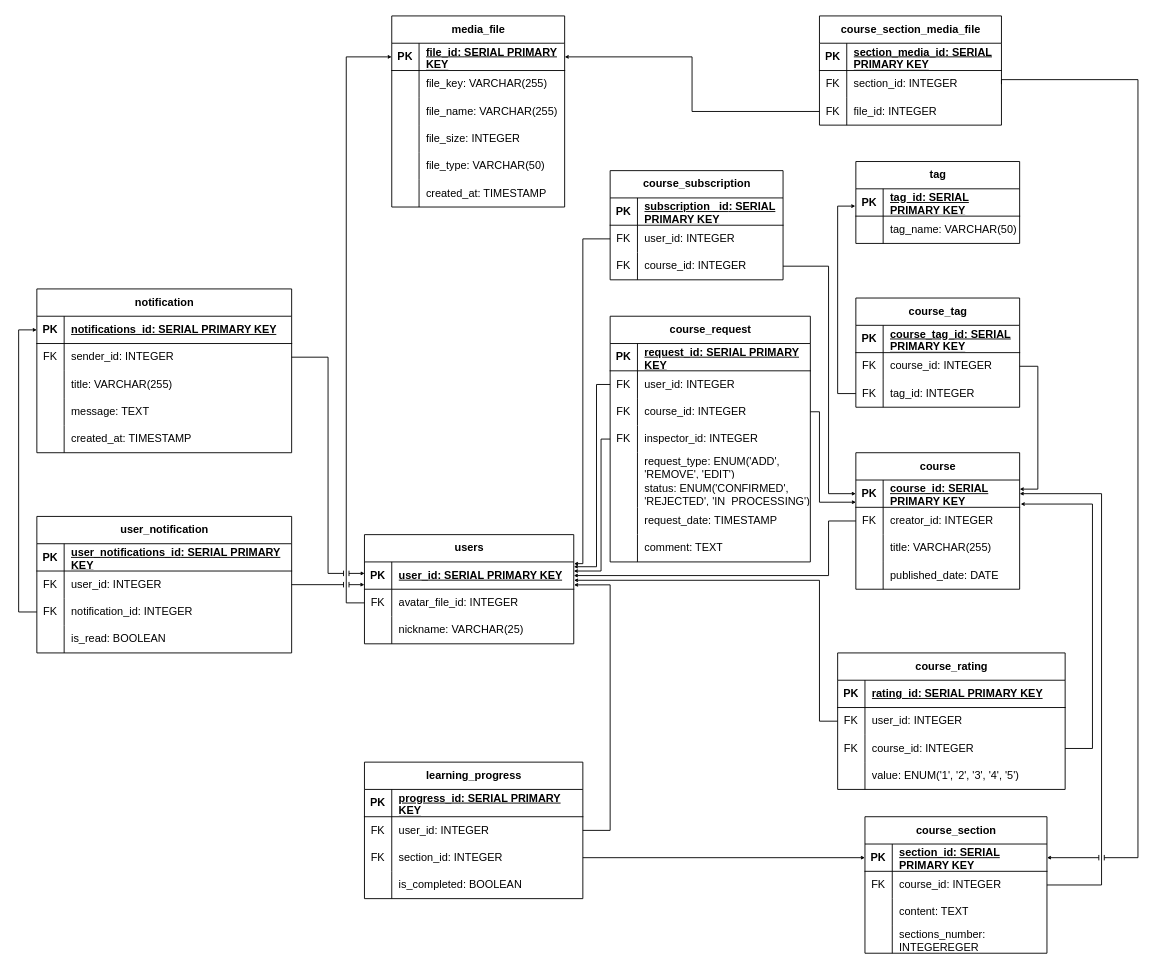
This is diagrams/Физическая модель базы данных (Physical database model)/Физическая модель БД.drawio from sahland/9.5-Team, a draw.io file, before an edit. Source tidied: cells renumbered, new cells numbered last; positions are measured from the earlier drawing's top-left corner, leaving out a move shared by most shapes. Both pictures are drawn from the tidied source at 91%, with x=0, y=0 at pixel (36, 15).
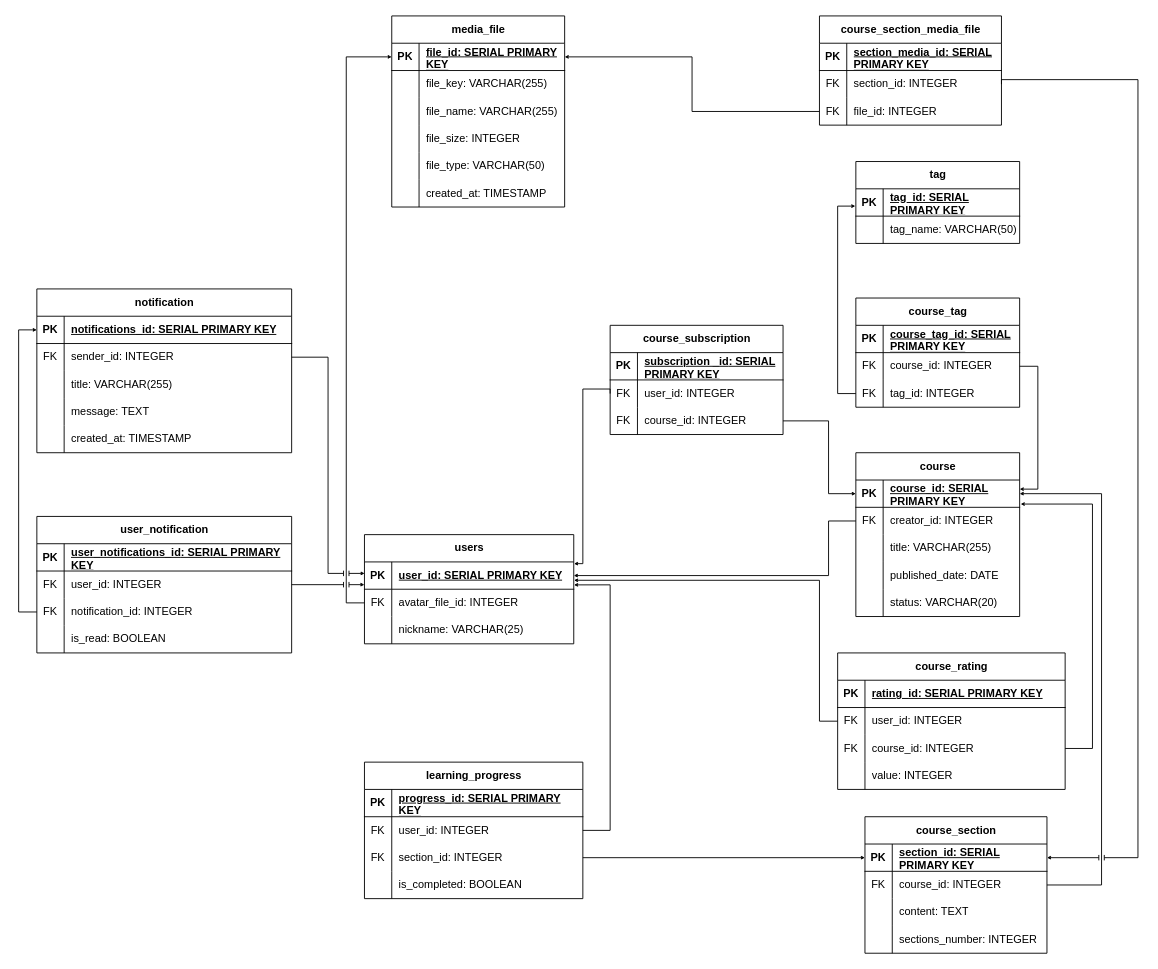
The same page after the edit.

The change refers to these unchanged cells:
```xml
<mxCell id="3" style="shape=tableRow;horizontal=0;startSize=0;swimlaneHead=0;swimlaneBody=0;fillColor=none;points=[[0,0.5],[1,0.5]];portConstraint=eastwest;top=0;left=0;right=0;bottom=1;" parent="2" vertex="1">
  <mxGeometry y="30" width="230" height="30" as="geometry" />
</mxCell>
<mxCell id="13" style="shape=tableRow;horizontal=0;startSize=0;swimlaneHead=0;swimlaneBody=0;fillColor=none;points=[[0,0.5],[1,0.5]];portConstraint=eastwest;top=0;left=0;right=0;bottom=1;" parent="12" vertex="1">
  <mxGeometry y="30" width="180" height="30" as="geometry" />
</mxCell>
<mxCell id="35" style="shape=tableRow;horizontal=0;startSize=0;swimlaneHead=0;swimlaneBody=0;fillColor=none;top=0;left=0;right=0;bottom=0;" parent="25" vertex="1">
  <mxGeometry y="120" width="200" height="30" as="geometry" />
</mxCell>
<mxCell id="48" style="shape=tableRow;horizontal=0;startSize=0;swimlaneHead=0;swimlaneBody=0;fillColor=none;top=0;left=0;right=0;bottom=0;" parent="38" vertex="1">
  <mxGeometry y="120" width="250" height="30" as="geometry" />
</mxCell>
<mxCell id="55" style="shape=tableRow;horizontal=0;startSize=0;swimlaneHead=0;swimlaneBody=0;fillColor=none;points=[[0,0.5],[1,0.5]];portConstraint=eastwest;top=0;left=0;right=0;bottom=0;" parent="51" vertex="1">
  <mxGeometry y="60" width="190" height="30" as="geometry" />
</mxCell>
<mxCell id="58" style="shape=tableRow;horizontal=0;startSize=0;swimlaneHead=0;swimlaneBody=0;fillColor=none;points=[[0,0.5],[1,0.5]];portConstraint=eastwest;top=0;left=0;right=0;bottom=0;" parent="51" vertex="1">
  <mxGeometry y="90" width="190" height="30" as="geometry" />
</mxCell>
```

The edit, as a diff of the source:
```diff
@@
     <mxCell id="12" value="course" style="shape=table;startSize=30;childLayout=tableLayout;rowLines=0;fontStyle=1;align=center;html=1;" parent="1" vertex="1">
-      <mxGeometry x="900" y="480" width="180" height="150" as="geometry" />
+      <mxGeometry x="900" y="480" width="180" height="180" as="geometry" />
     </mxCell>
@@
+    <mxCell id="193" style="shape=tableRow;horizontal=0;startSize=0;swimlaneHead=0;swimlaneBody=0;fillColor=none;top=0;left=0;right=0;bottom=0;" parent="12" vertex="1">
+      <mxGeometry y="150" width="180" height="30" as="geometry" />
+    </mxCell>
+    <mxCell id="194" style="shape=partialRectangle;fillColor=none;top=0;left=0;bottom=0;right=0;overflow=hidden;whiteSpace=wrap;html=1;" parent="193" vertex="1">
+      <mxGeometry width="30" height="30" as="geometry" />
+    </mxCell>
+    <mxCell id="195" value="status: VARCHAR(20)&lt;span style=&quot;white-space: pre;&quot;&gt;&#9;&lt;/span&gt;" style="shape=partialRectangle;fillColor=none;top=0;left=0;bottom=0;right=0;align=left;spacingLeft=6;overflow=hidden;whiteSpace=wrap;html=1;" parent="193" vertex="1">
+      <mxGeometry x="30" width="150" height="30" as="geometry" />
+    </mxCell>
@@
-    <mxCell id="37" value="sections_number: INTEGEREGER" style="shape=partialRectangle;fillColor=none;top=0;left=0;bottom=0;right=0;align=left;spacingLeft=6;overflow=hidden;whiteSpace=wrap;html=1;" parent="35" vertex="1">
+    <mxCell id="37" value="sections_number: INTEGER" style="shape=partialRectangle;fillColor=none;top=0;left=0;bottom=0;right=0;align=left;spacingLeft=6;overflow=hidden;whiteSpace=wrap;html=1;" parent="35" vertex="1">
       <mxGeometry x="30" width="170" height="30" as="geometry" />
     </mxCell>
@@
-    <mxCell id="50" value="value:&amp;nbsp;ENUM('1', '2', '3', '4', '5')" style="shape=partialRectangle;fillColor=none;top=0;left=0;bottom=0;right=0;align=left;spacingLeft=6;overflow=hidden;whiteSpace=wrap;html=1;" parent="48" vertex="1">
+    <mxCell id="50" value="value:&amp;nbsp;INTEGER" style="shape=partialRectangle;fillColor=none;top=0;left=0;bottom=0;right=0;align=left;spacingLeft=6;overflow=hidden;whiteSpace=wrap;html=1;" parent="48" vertex="1">
       <mxGeometry x="30" width="220" height="30" as="geometry" />
     </mxCell>
     <mxCell id="51" value="course_subscription" style="shape=table;startSize=30;childLayout=tableLayout;rowLines=0;fontStyle=1;align=center;html=1;" parent="1" vertex="1">
-      <mxGeometry x="630" y="170" width="190" height="120" as="geometry" />
+      <mxGeometry x="630" y="340" width="190" height="120" as="geometry" />
     </mxCell>
@@
-    <mxCell id="74" value="course_request" style="shape=table;startSize=30;childLayout=tableLayout;rowLines=0;fontStyle=1;align=center;html=1;" parent="1" vertex="1">
-      <mxGeometry x="630" y="330" width="220" height="270" as="geometry" />
-    </mxCell>
-    <mxCell id="75" style="shape=tableRow;horizontal=0;startSize=0;swimlaneHead=0;swimlaneBody=0;fillColor=none;top=0;left=0;right=0;bottom=1;" parent="74" vertex="1">
-      <mxGeometry y="30" width="220" height="30" as="geometry" />
-    </mxCell>
-    <mxCell id="76" value="PK" style="shape=partialRectangle;fillColor=none;top=0;left=0;bottom=0;right=0;fontStyle=1;overflow=hidden;whiteSpace=wrap;html=1;" parent="75" vertex="1">
-      <mxGeometry width="30" height="30" as="geometry" />
-    </mxCell>
-    <mxCell id="77" value="request_id:&amp;nbsp;SERIAL PRIMARY KEY" style="shape=partialRectangle;fillColor=none;top=0;left=0;bottom=0;right=0;align=left;spacingLeft=6;fontStyle=5;overflow=hidden;whiteSpace=wrap;html=1;" parent="75" vertex="1">
-      <mxGeometry x="30" width="190" height="30" as="geometry" />
-    </mxCell>
-    <mxCell id="78" style="shape=tableRow;horizontal=0;startSize=0;swimlaneHead=0;swimlaneBody=0;fillColor=none;points=[[0,0.5],[1,0.5]];portConstraint=eastwest;top=0;left=0;right=0;bottom=0;" parent="74" vertex="1">
-      <mxGeometry y="60" width="220" height="30" as="geometry" />
-    </mxCell>
-    <mxCell id="79" value="FK" style="shape=partialRectangle;fillColor=none;top=0;left=0;bottom=0;right=0;overflow=hidden;whiteSpace=wrap;html=1;" parent="78" vertex="1">
-      <mxGeometry width="30" height="30" as="geometry" />
-    </mxCell>
-    <mxCell id="80" value="user_id: INTEGER" style="shape=partialRectangle;fillColor=none;top=0;left=0;bottom=0;right=0;align=left;spacingLeft=6;overflow=hidden;whiteSpace=wrap;html=1;" parent="78" vertex="1">
-      <mxGeometry x="30" width="190" height="30" as="geometry" />
-    </mxCell>
-    <mxCell id="81" style="shape=tableRow;horizontal=0;startSize=0;swimlaneHead=0;swimlaneBody=0;fillColor=none;points=[[0,0.5],[1,0.5]];portConstraint=eastwest;top=0;left=0;right=0;bottom=0;" parent="74" vertex="1">
-      <mxGeometry y="90" width="220" height="30" as="geometry" />
-    </mxCell>
-    <mxCell id="82" value="FK" style="shape=partialRectangle;fillColor=none;top=0;left=0;bottom=0;right=0;overflow=hidden;whiteSpace=wrap;html=1;" parent="81" vertex="1">
-      <mxGeometry width="30" height="30" as="geometry" />
-    </mxCell>
-    <mxCell id="83" value="course_id: INTEGER" style="shape=partialRectangle;fillColor=none;top=0;left=0;bottom=0;right=0;align=left;spacingLeft=6;overflow=hidden;whiteSpace=wrap;html=1;" parent="81" vertex="1">
-      <mxGeometry x="30" width="190" height="30" as="geometry" />
-    </mxCell>
-    <mxCell id="84" style="shape=tableRow;horizontal=0;startSize=0;swimlaneHead=0;swimlaneBody=0;fillColor=none;points=[[0,0.5],[1,0.5]];portConstraint=eastwest;top=0;left=0;right=0;bottom=0;" parent="74" vertex="1">
-      <mxGeometry y="120" width="220" height="30" as="geometry" />
-    </mxCell>
-    <mxCell id="85" value="FK" style="shape=partialRectangle;fillColor=none;top=0;left=0;bottom=0;right=0;overflow=hidden;whiteSpace=wrap;html=1;" parent="84" vertex="1">
-      <mxGeometry width="30" height="30" as="geometry" />
-    </mxCell>
-    <mxCell id="86" value="inspector_id: INTEGER" style="shape=partialRectangle;fillColor=none;top=0;left=0;bottom=0;right=0;align=left;spacingLeft=6;overflow=hidden;whiteSpace=wrap;html=1;" parent="84" vertex="1">
-      <mxGeometry x="30" width="190" height="30" as="geometry" />
-    </mxCell>
-    <mxCell id="87" style="shape=tableRow;horizontal=0;startSize=0;swimlaneHead=0;swimlaneBody=0;fillColor=none;top=0;left=0;right=0;bottom=0;" parent="74" vertex="1">
-      <mxGeometry y="150" width="220" height="30" as="geometry" />
-    </mxCell>
-    <mxCell id="88" style="shape=partialRectangle;fillColor=none;top=0;left=0;bottom=0;right=0;overflow=hidden;whiteSpace=wrap;html=1;" parent="87" vertex="1">
-      <mxGeometry width="30" height="30" as="geometry" />
-    </mxCell>
-    <mxCell id="89" value="request_type: ENUM('ADD', 'REMOVE', 'EDIT')" style="shape=partialRectangle;fillColor=none;top=0;left=0;bottom=0;right=0;align=left;spacingLeft=6;overflow=hidden;whiteSpace=wrap;html=1;" parent="87" vertex="1">
-      <mxGeometry x="30" width="190" height="30" as="geometry" />
-    </mxCell>
-    <mxCell id="90" style="shape=tableRow;horizontal=0;startSize=0;swimlaneHead=0;swimlaneBody=0;fillColor=none;top=0;left=0;right=0;bottom=0;" parent="74" vertex="1">
-      <mxGeometry y="180" width="220" height="30" as="geometry" />
-    </mxCell>
-    <mxCell id="91" style="shape=partialRectangle;fillColor=none;top=0;left=0;bottom=0;right=0;overflow=hidden;whiteSpace=wrap;html=1;" parent="90" vertex="1">
-      <mxGeometry width="30" height="30" as="geometry" />
-    </mxCell>
-    <mxCell id="92" value="status: ENUM('CONFIRMED', 'REJECTED', 'IN_PROCESSING')" style="shape=partialRectangle;fillColor=none;top=0;left=0;bottom=0;right=0;align=left;spacingLeft=6;overflow=hidden;whiteSpace=wrap;html=1;" parent="90" vertex="1">
-      <mxGeometry x="30" width="190" height="30" as="geometry" />
-    </mxCell>
-    <mxCell id="93" style="shape=tableRow;horizontal=0;startSize=0;swimlaneHead=0;swimlaneBody=0;fillColor=none;top=0;left=0;right=0;bottom=0;" parent="74" vertex="1">
-      <mxGeometry y="210" width="220" height="30" as="geometry" />
-    </mxCell>
-    <mxCell id="94" style="shape=partialRectangle;fillColor=none;top=0;left=0;bottom=0;right=0;overflow=hidden;whiteSpace=wrap;html=1;" parent="93" vertex="1">
-      <mxGeometry width="30" height="30" as="geometry" />
-    </mxCell>
-    <mxCell id="95" value="request_date:&amp;nbsp;TIMESTAMP" style="shape=partialRectangle;fillColor=none;top=0;left=0;bottom=0;right=0;align=left;spacingLeft=6;overflow=hidden;whiteSpace=wrap;html=1;" parent="93" vertex="1">
-      <mxGeometry x="30" width="190" height="30" as="geometry" />
-    </mxCell>
-    <mxCell id="96" style="shape=tableRow;horizontal=0;startSize=0;swimlaneHead=0;swimlaneBody=0;fillColor=none;top=0;left=0;right=0;bottom=0;" parent="74" vertex="1">
-      <mxGeometry y="240" width="220" height="30" as="geometry" />
-    </mxCell>
-    <mxCell id="97" style="shape=partialRectangle;fillColor=none;top=0;left=0;bottom=0;right=0;overflow=hidden;whiteSpace=wrap;html=1;" parent="96" vertex="1">
-      <mxGeometry width="30" height="30" as="geometry" />
-    </mxCell>
-    <mxCell id="98" value="comment: TEXT" style="shape=partialRectangle;fillColor=none;top=0;left=0;bottom=0;right=0;align=left;spacingLeft=6;overflow=hidden;whiteSpace=wrap;html=1;" parent="96" vertex="1">
-      <mxGeometry x="30" width="190" height="30" as="geometry" />
-    </mxCell>
@@
-    <mxCell id="100" style="edgeStyle=orthogonalEdgeStyle;rounded=0;jettySize=auto;html=1;entryX=1.001;entryY=0.064;entryDx=0;entryDy=0;entryPerimeter=0;strokeWidth=1;endSize=2;" parent="1" edge="1" source="55" target="3">
+    <mxCell id="100" style="edgeStyle=orthogonalEdgeStyle;rounded=0;jettySize=auto;html=1;entryX=1.001;entryY=0.064;entryDx=0;entryDy=0;entryPerimeter=0;strokeWidth=1;endSize=2;exitX=0;exitY=0.5;exitDx=0;exitDy=0;" parent="1" edge="1" source="55" target="3">
       <mxGeometry relative="1" as="geometry">
         <Array as="points">
-          <mxPoint x="600" y="245" />
+          <mxPoint x="630" y="410" />
+          <mxPoint x="600" y="410" />
           <mxPoint x="600" y="602" />
-          <mxPoint x="590" y="602" />
         </Array>
       </mxGeometry>
     </mxCell>
-    <mxCell id="101" style="edgeStyle=orthogonalEdgeStyle;rounded=0;jettySize=auto;html=1;entryX=0;entryY=0.5;entryDx=0;entryDy=0;endSize=2;" parent="1" edge="1" source="58" target="13">
+    <mxCell id="101" style="edgeStyle=orthogonalEdgeStyle;rounded=0;jettySize=auto;html=1;entryX=0;entryY=0.5;entryDx=0;entryDy=0;endSize=2;exitX=1;exitY=0.5;exitDx=0;exitDy=0;" parent="1" edge="1" source="58" target="13">
       <mxGeometry relative="1" as="geometry">
         <Array as="points">
-          <mxPoint x="870" y="275" />
+          <mxPoint x="870" y="445" />
           <mxPoint x="870" y="525" />
         </Array>
       </mxGeometry>
     </mxCell>
@@
-    <mxCell id="107" style="edgeStyle=orthogonalEdgeStyle;rounded=0;jettySize=auto;html=1;endSize=2;entryX=1;entryY=0.176;entryDx=0;entryDy=0;entryPerimeter=0;" parent="1" edge="1" source="78" target="3">
-      <mxGeometry relative="1" as="geometry">
-        <Array as="points">
-          <mxPoint x="615" y="405" />
-          <mxPoint x="615" y="605" />
-        </Array>
-      </mxGeometry>
-    </mxCell>
-    <mxCell id="108" style="edgeStyle=orthogonalEdgeStyle;rounded=0;jettySize=auto;html=1;entryX=0.001;entryY=0.812;entryDx=0;entryDy=0;jumpStyle=none;shadow=0;textShadow=0;flowAnimation=0;sourcePerimeterSpacing=0;curved=0;strokeWidth=1;entryPerimeter=0;endSize=2;exitX=1;exitY=0.5;exitDx=0;exitDy=0;" parent="1" edge="1" source="81" target="13">
-      <mxGeometry relative="1" as="geometry">
-        <Array as="points">
-          <mxPoint x="860" y="435" />
-          <mxPoint x="860" y="534" />
-        </Array>
-      </mxGeometry>
-    </mxCell>
@@
-    <mxCell id="141" style="edgeStyle=orthogonalEdgeStyle;rounded=0;jettySize=auto;html=1;endSize=2;" parent="1" edge="1" source="84">
-      <mxGeometry relative="1" as="geometry">
-        <mxPoint x="590" y="610" as="targetPoint" />
-        <Array as="points">
-          <mxPoint x="620" y="465" />
-          <mxPoint x="620" y="610" />
-        </Array>
-      </mxGeometry>
-    </mxCell>
```
